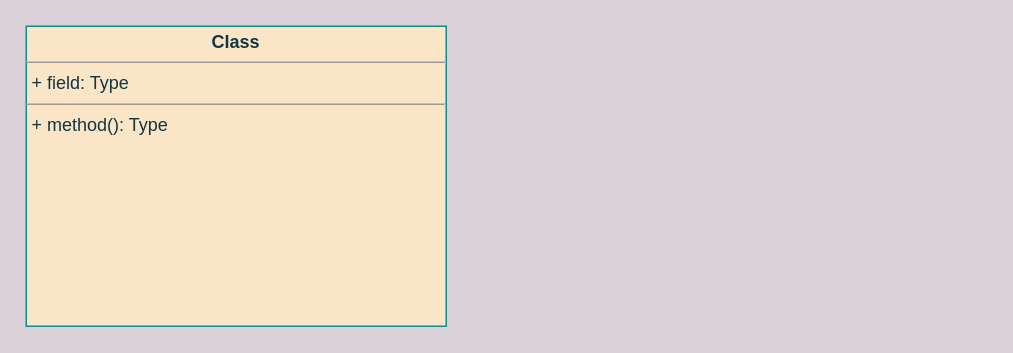
This is UNI-16876.drawio from ShiryaevNikolay/diagrams, a draw.io file, before an edit. Source tidied: cells renumbered, new cells numbered last; positions are measured from the earlier drawing's top-left corner, leaving out a move shared by most shapes. Both pictures are drawn from the tidied source at 150%, with x=0, y=0 at pixel (26, 26).
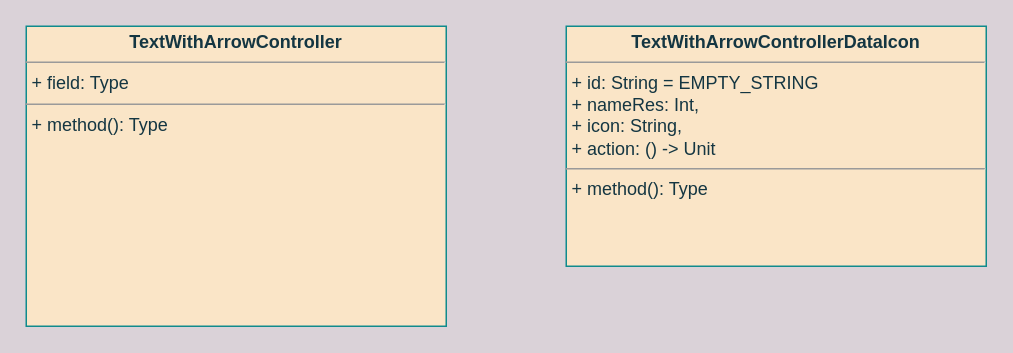
Above is the later version.

The edit, as a diff of the source:
```diff
@@
 <mxGraphModel background="#DAD2D8">
   <root>
     <mxCell id="0" />
     <mxCell id="1" parent="0" />
-    <mxCell id="2" value="&lt;p style=&quot;margin:0px;margin-top:4px;text-align:center;&quot;&gt;&lt;b&gt;Class&lt;/b&gt;&lt;/p&gt;&lt;hr size=&quot;1&quot;/&gt;&lt;p style=&quot;margin:0px;margin-left:4px;&quot;&gt;+ field: Type&lt;/p&gt;&lt;hr size=&quot;1&quot;/&gt;&lt;p style=&quot;margin:0px;margin-left:4px;&quot;&gt;+ method(): Type&lt;/p&gt;" style="verticalAlign=top;align=left;overflow=fill;fontSize=12;fontFamily=Helvetica;html=1;rounded=0;sketch=0;fontColor=#143642;strokeColor=#0F8B8D;fillColor=#FAE5C7;" parent="1" vertex="1">
+    <mxCell id="2" value="&lt;p style=&quot;margin:0px;margin-top:4px;text-align:center;&quot;&gt;&lt;b&gt;TextWithArrowController&lt;/b&gt;&lt;/p&gt;&lt;hr size=&quot;1&quot;&gt;&lt;p style=&quot;margin:0px;margin-left:4px;&quot;&gt;+ field: Type&lt;/p&gt;&lt;hr size=&quot;1&quot;&gt;&lt;p style=&quot;margin:0px;margin-left:4px;&quot;&gt;+ method(): Type&lt;/p&gt;" style="verticalAlign=top;align=left;overflow=fill;fontSize=12;fontFamily=Helvetica;html=1;rounded=0;sketch=0;fontColor=#143642;strokeColor=#0F8B8D;fillColor=#FAE5C7;" parent="1" vertex="1">
       <mxGeometry width="280" height="200" as="geometry" />
     </mxCell>
+    <mxCell id="3" value="&lt;p style=&quot;margin:0px;margin-top:4px;text-align:center;&quot;&gt;&lt;b&gt;TextWithArrowControllerDataIcon&lt;/b&gt;&lt;/p&gt;&lt;hr size=&quot;1&quot;&gt;&lt;p style=&quot;margin:0px;margin-left:4px;&quot;&gt;+ id: String = EMPTY_STRING&lt;/p&gt;&lt;p style=&quot;margin:0px;margin-left:4px;&quot;&gt;+ nameRes: Int,&lt;/p&gt;&lt;p style=&quot;margin:0px;margin-left:4px;&quot;&gt;+ icon: String,&lt;/p&gt;&lt;p style=&quot;margin:0px;margin-left:4px;&quot;&gt;+ action: () -&amp;gt; Unit&lt;br&gt;&lt;/p&gt;&lt;hr size=&quot;1&quot;&gt;&lt;p style=&quot;margin:0px;margin-left:4px;&quot;&gt;+ method(): Type&lt;/p&gt;" style="verticalAlign=top;align=left;overflow=fill;fontSize=12;fontFamily=Helvetica;html=1;rounded=0;sketch=0;fontColor=#143642;strokeColor=#0F8B8D;fillColor=#FAE5C7;" parent="1" vertex="1">
+      <mxGeometry x="360" width="280" height="160" as="geometry" />
+    </mxCell>
   </root>
 </mxGraphModel>
```
